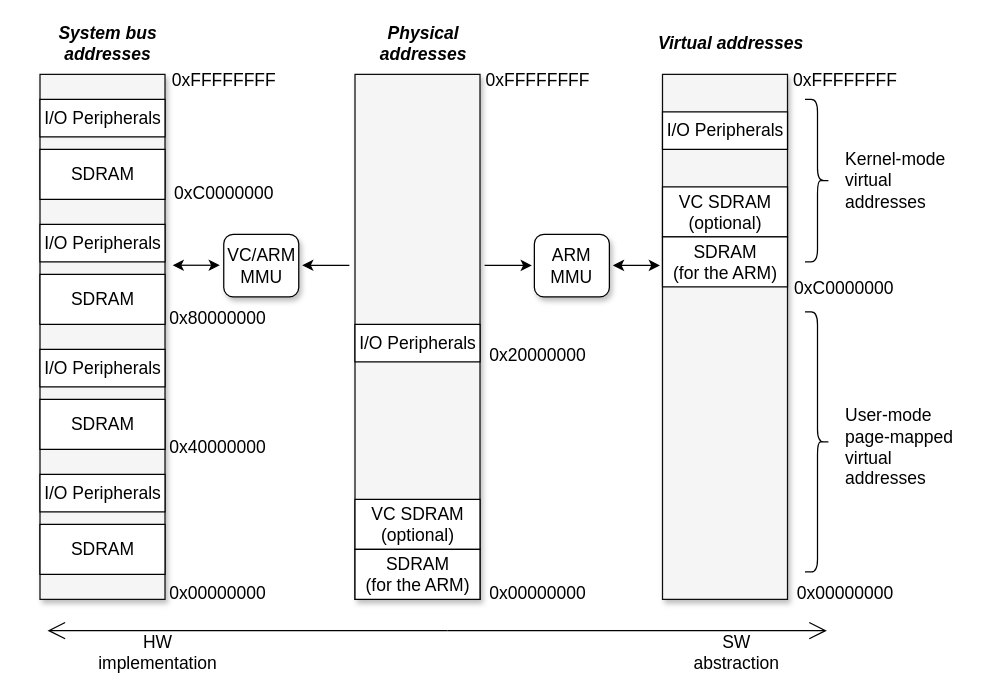
silhavyj/ZeroMate keeps this draw.io diagram as docs/diagrams/theory/mmio.drawio. Above is the earlier version. Source tidied: cells renumbered, new cells numbered last; positions are measured from the earlier drawing's top-left corner, leaving out a move shared by most shapes. Both pictures are drawn from the tidied source at 125%, with x=0, y=0 at pixel (26, 24).
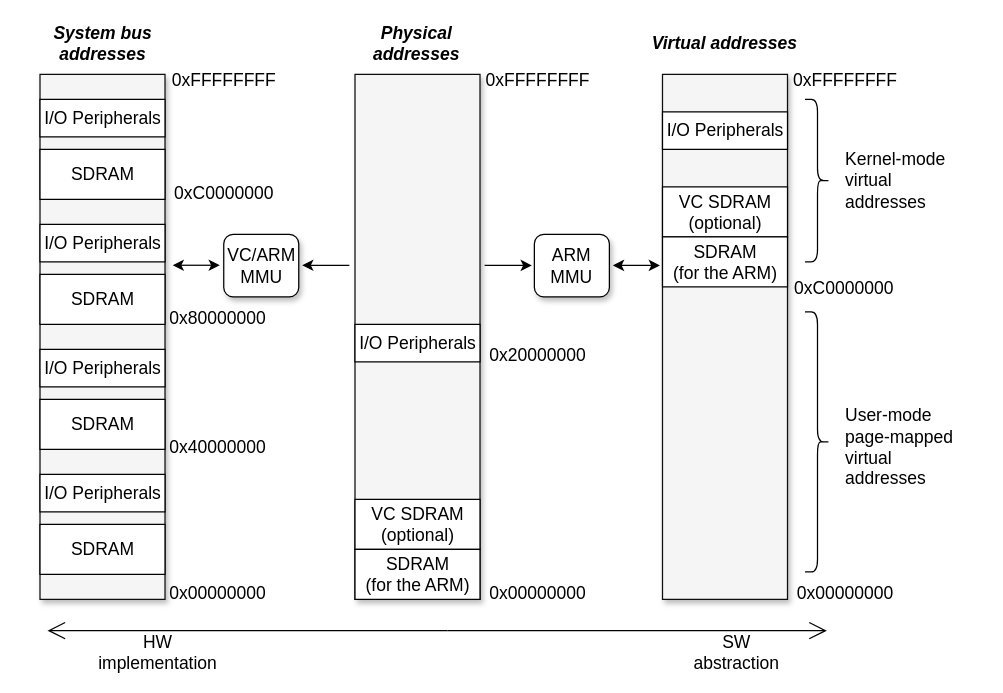
After the change.

What changed in the source:
```diff
@@
-    <mxCell id="35" value="System bus&lt;br&gt;addresses" style="text;html=1;strokeColor=none;fillColor=none;align=center;verticalAlign=middle;whiteSpace=wrap;rounded=0;fontFamily=Computer Modern;fontStyle=3;fontSize=14;" parent="1" vertex="1">
-      <mxGeometry x="0.2" width="130" height="30" as="geometry" />
+    <mxCell id="35" value="System bus addresses" style="text;html=1;strokeColor=none;fillColor=none;align=center;verticalAlign=middle;whiteSpace=wrap;rounded=0;fontFamily=Computer Modern;fontStyle=3;fontSize=14;" parent="1" vertex="1">
+      <mxGeometry x="-4.5" width="130" height="30" as="geometry" />
     </mxCell>
-    <mxCell id="36" value="Physical &lt;br&gt;addresses" style="text;html=1;strokeColor=none;fillColor=none;align=center;verticalAlign=middle;whiteSpace=wrap;rounded=0;fontFamily=Computer Modern;fontStyle=3;fontSize=14;" parent="1" vertex="1">
-      <mxGeometry x="258.8" width="117" height="30" as="geometry" />
+    <mxCell id="36" value="Physical addresses" style="text;html=1;strokeColor=none;fillColor=none;align=center;verticalAlign=middle;whiteSpace=wrap;rounded=0;fontFamily=Computer Modern;fontStyle=3;fontSize=14;" parent="1" vertex="1">
+      <mxGeometry x="253.4" width="118.2" height="30" as="geometry" />
     </mxCell>
     <mxCell id="37" value="Virtual addresses" style="text;html=1;strokeColor=none;fillColor=none;align=center;verticalAlign=middle;whiteSpace=wrap;rounded=0;fontFamily=Computer Modern;fontStyle=3;fontSize=14;" parent="1" vertex="1">
-      <mxGeometry x="504" width="118.5" height="30" as="geometry" />
+      <mxGeometry x="499.2" width="118.5" height="30" as="geometry" />
     </mxCell>
```
